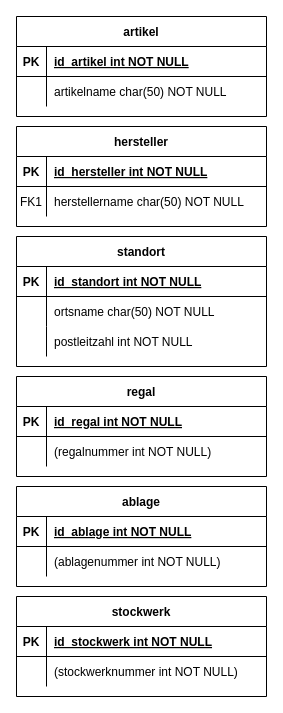
leZayn/M153-LB2 keeps this draw.io diagram as ERD.drawio. Above is the earlier version. Source tidied: cells renumbered, new cells numbered last; positions are measured from the earlier drawing's top-left corner, leaving out a move shared by most shapes. Both pictures are drawn from the tidied source at 100%, with x=0, y=0 at pixel (16, 16).
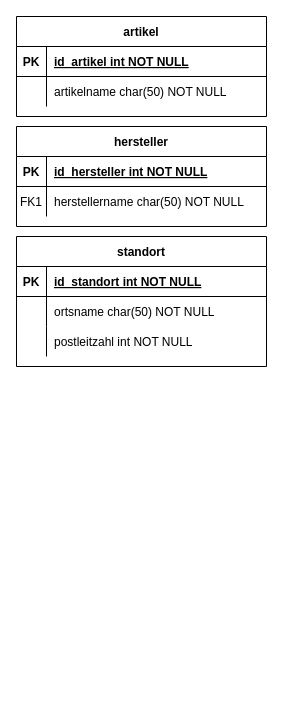
Above is the later version.

What changed in the source:
```diff
@@
-    <mxCell id="26" value="regal" style="shape=table;startSize=30;childLayout=tableLayout;rowLines=0;fontStyle=1;align=center;" parent="1" vertex="1">
-      <mxGeometry y="360" width="250" height="100" as="geometry" />
-    </mxCell>
-    <mxCell id="27" style="shape=partialRectangle;fillColor=none;top=0;left=0;right=0;bottom=1;" parent="26" vertex="1">
-      <mxGeometry y="30" width="250" height="30" as="geometry" />
-    </mxCell>
-    <mxCell id="28" value="PK" style="shape=partialRectangle;overflow=hidden;fillColor=none;top=0;left=0;bottom=0;right=0;fontStyle=1;" parent="27" vertex="1">
-      <mxGeometry width="30" height="30" as="geometry" />
-    </mxCell>
-    <mxCell id="29" value="id_regal int NOT NULL " style="shape=partialRectangle;overflow=hidden;fillColor=none;top=0;left=0;bottom=0;right=0;align=left;spacingLeft=6;fontStyle=5;" parent="27" vertex="1">
-      <mxGeometry x="30" width="220" height="30" as="geometry" />
-    </mxCell>
-    <mxCell id="30" style="shape=partialRectangle;fillColor=none;top=0;left=0;right=0;bottom=0;" parent="26" vertex="1">
-      <mxGeometry y="60" width="250" height="30" as="geometry" />
-    </mxCell>
-    <mxCell id="31" style="shape=partialRectangle;overflow=hidden;fillColor=none;top=0;left=0;bottom=0;right=0;" parent="30" vertex="1">
-      <mxGeometry width="30" height="30" as="geometry" />
-    </mxCell>
-    <mxCell id="32" value="(regalnummer int NOT NULL)" style="shape=partialRectangle;overflow=hidden;fillColor=none;top=0;left=0;bottom=0;right=0;align=left;spacingLeft=6;" parent="30" vertex="1">
-      <mxGeometry x="30" width="220" height="30" as="geometry" />
-    </mxCell>
-    <mxCell id="33" value="ablage" style="shape=table;startSize=30;childLayout=tableLayout;rowLines=0;fontStyle=1;align=center;" parent="1" vertex="1">
-      <mxGeometry y="470" width="250" height="100" as="geometry" />
-    </mxCell>
-    <mxCell id="34" style="shape=partialRectangle;fillColor=none;top=0;left=0;right=0;bottom=1;" parent="33" vertex="1">
-      <mxGeometry y="30" width="250" height="30" as="geometry" />
-    </mxCell>
-    <mxCell id="35" value="PK" style="shape=partialRectangle;overflow=hidden;fillColor=none;top=0;left=0;bottom=0;right=0;fontStyle=1;" parent="34" vertex="1">
-      <mxGeometry width="30" height="30" as="geometry" />
-    </mxCell>
-    <mxCell id="36" value="id_ablage int NOT NULL " style="shape=partialRectangle;overflow=hidden;fillColor=none;top=0;left=0;bottom=0;right=0;align=left;spacingLeft=6;fontStyle=5;" parent="34" vertex="1">
-      <mxGeometry x="30" width="220" height="30" as="geometry" />
-    </mxCell>
-    <mxCell id="37" style="shape=partialRectangle;fillColor=none;top=0;left=0;right=0;bottom=0;" parent="33" vertex="1">
-      <mxGeometry y="60" width="250" height="30" as="geometry" />
-    </mxCell>
-    <mxCell id="38" style="shape=partialRectangle;overflow=hidden;fillColor=none;top=0;left=0;bottom=0;right=0;" parent="37" vertex="1">
-      <mxGeometry width="30" height="30" as="geometry" />
-    </mxCell>
-    <mxCell id="39" value="(ablagenummer int NOT NULL)" style="shape=partialRectangle;overflow=hidden;fillColor=none;top=0;left=0;bottom=0;right=0;align=left;spacingLeft=6;" parent="37" vertex="1">
-      <mxGeometry x="30" width="220" height="30" as="geometry" />
-    </mxCell>
-    <mxCell id="40" value="stockwerk" style="shape=table;startSize=30;childLayout=tableLayout;rowLines=0;fontStyle=1;align=center;" parent="1" vertex="1">
-      <mxGeometry y="580" width="250" height="100" as="geometry" />
-    </mxCell>
-    <mxCell id="41" style="shape=partialRectangle;fillColor=none;top=0;left=0;right=0;bottom=1;" parent="40" vertex="1">
-      <mxGeometry y="30" width="250" height="30" as="geometry" />
-    </mxCell>
-    <mxCell id="42" value="PK" style="shape=partialRectangle;overflow=hidden;fillColor=none;top=0;left=0;bottom=0;right=0;fontStyle=1;" parent="41" vertex="1">
-      <mxGeometry width="30" height="30" as="geometry" />
-    </mxCell>
-    <mxCell id="43" value="id_stockwerk int NOT NULL " style="shape=partialRectangle;overflow=hidden;fillColor=none;top=0;left=0;bottom=0;right=0;align=left;spacingLeft=6;fontStyle=5;" parent="41" vertex="1">
-      <mxGeometry x="30" width="220" height="30" as="geometry" />
-    </mxCell>
-    <mxCell id="44" style="shape=partialRectangle;fillColor=none;top=0;left=0;right=0;bottom=0;" parent="40" vertex="1">
-      <mxGeometry y="60" width="250" height="30" as="geometry" />
-    </mxCell>
-    <mxCell id="45" style="shape=partialRectangle;overflow=hidden;fillColor=none;top=0;left=0;bottom=0;right=0;" parent="44" vertex="1">
-      <mxGeometry width="30" height="30" as="geometry" />
-    </mxCell>
-    <mxCell id="46" value="(stockwerknummer int NOT NULL)" style="shape=partialRectangle;overflow=hidden;fillColor=none;top=0;left=0;bottom=0;right=0;align=left;spacingLeft=6;" parent="44" vertex="1">
-      <mxGeometry x="30" width="220" height="30" as="geometry" />
-    </mxCell>
```
